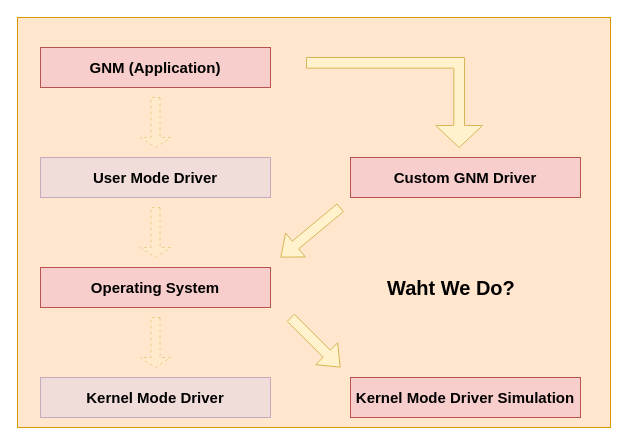
The draw.io diagram source/resource/pset/drawio/psdriver_what_we_do.drawio in ShawnTSH1229/ShawnTSH1229.github.io, before the edit. Source tidied: cells renumbered, new cells numbered last; positions are measured from the earlier drawing's top-left corner, leaving out a move shared by most shapes. Both pictures are drawn from the tidied source at 100%, with x=0, y=0 at pixel (17, 17).
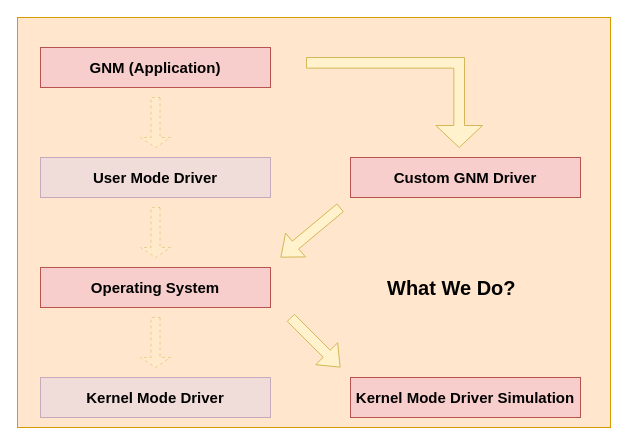
The same diagram, later.

The edit, as a diff of the source:
```diff
@@
 <mxGraphModel>
   <root>
     <mxCell id="0" />
     <mxCell id="1" parent="0" />
     <mxCell id="2" style="rounded=0;whiteSpace=wrap;html=1;fillColor=#ffe6cc;strokeColor=#d79b00;" parent="1" vertex="1">
       <mxGeometry width="593" height="410" as="geometry" />
     </mxCell>
     <mxCell id="3" value="GNM (Application)" style="rounded=0;whiteSpace=wrap;html=1;fontSize=15;fontStyle=1;fillColor=#f8cecc;strokeColor=#b85450;" parent="1" vertex="1">
       <mxGeometry x="23" y="30" width="230" height="40" as="geometry" />
     </mxCell>
     <mxCell id="4" value="User Mode Driver" style="rounded=0;whiteSpace=wrap;html=1;fontSize=15;fontStyle=1;fillColor=#e1d5e7;strokeColor=#9673a6;opacity=50;" parent="1" vertex="1">
       <mxGeometry x="23" y="140" width="230" height="40" as="geometry" />
     </mxCell>
     <mxCell id="5" value="Operating System" style="rounded=0;whiteSpace=wrap;html=1;fontSize=15;fontStyle=1;fillColor=#f8cecc;strokeColor=#b85450;" parent="1" vertex="1">
       <mxGeometry x="23" y="250" width="230" height="40" as="geometry" />
     </mxCell>
     <mxCell id="6" value="Kernel Mode Driver" style="rounded=0;whiteSpace=wrap;html=1;fontSize=15;fontStyle=1;fillColor=#e1d5e7;strokeColor=#9673a6;opacity=50;" parent="1" vertex="1">
       <mxGeometry x="23" y="360" width="230" height="40" as="geometry" />
     </mxCell>
-    <mxCell id="7" value="Waht We Do?" style="text;html=1;align=left;verticalAlign=middle;whiteSpace=wrap;rounded=0;fontStyle=1;fontSize=20;" parent="1" vertex="1">
+    <mxCell id="7" value="What We Do?" style="text;html=1;align=left;verticalAlign=middle;whiteSpace=wrap;rounded=0;fontStyle=1;fontSize=20;" parent="1" vertex="1">
       <mxGeometry x="368" y="255" width="160" height="30" as="geometry" />
     </mxCell>
     <mxCell id="8" style="shape=singleArrow;direction=south;whiteSpace=wrap;html=1;fillColor=#fff2cc;strokeColor=#d6b656;dashed=1;opacity=50;" parent="1" vertex="1">
       <mxGeometry x="123" y="80" width="30" height="50" as="geometry" />
     </mxCell>
     <mxCell id="9" style="shape=singleArrow;direction=south;whiteSpace=wrap;html=1;fillColor=#fff2cc;strokeColor=#d6b656;dashed=1;opacity=50;" parent="1" vertex="1">
       <mxGeometry x="123" y="190" width="30" height="50" as="geometry" />
     </mxCell>
     <mxCell id="10" style="shape=singleArrow;direction=south;whiteSpace=wrap;html=1;fillColor=#fff2cc;strokeColor=#d6b656;dashed=1;opacity=50;" parent="1" vertex="1">
       <mxGeometry x="123" y="300" width="30" height="50" as="geometry" />
     </mxCell>
     <mxCell id="11" value="Custom GNM Driver" style="rounded=0;whiteSpace=wrap;html=1;fontSize=15;fontStyle=1;fillColor=#f8cecc;strokeColor=#b85450;" parent="1" vertex="1">
       <mxGeometry x="333" y="140" width="230" height="40" as="geometry" />
     </mxCell>
     <mxCell id="12" value="Kernel Mode Driver Simulation" style="rounded=0;whiteSpace=wrap;html=1;fontSize=15;fontStyle=1;fillColor=#f8cecc;strokeColor=#b85450;" parent="1" vertex="1">
       <mxGeometry x="333" y="360" width="230" height="40" as="geometry" />
     </mxCell>
     <mxCell id="13" style="html=1;shadow=0;dashed=0;align=center;verticalAlign=middle;shape=mxgraph.arrows2.bendArrow;dy=5.33;dx=22;notch=0;arrowHead=46.67;rounded=0;direction=south;fillColor=#fff2cc;strokeColor=#d6b656;" parent="1" vertex="1">
       <mxGeometry x="289" y="40" width="176" height="90" as="geometry" />
     </mxCell>
     <mxCell id="14" style="shape=flexArrow;endArrow=classic;html=1;rounded=0;fillColor=#fff2cc;strokeColor=#d6b656;" parent="1" edge="1">
       <mxGeometry relative="1" as="geometry">
         <mxPoint x="323" y="190" as="sourcePoint" />
         <mxPoint x="263" y="240" as="targetPoint" />
       </mxGeometry>
     </mxCell>
     <mxCell id="15" style="shape=flexArrow;endArrow=classic;html=1;rounded=0;fillColor=#fff2cc;strokeColor=#d6b656;" parent="1" edge="1">
       <mxGeometry relative="1" as="geometry">
         <mxPoint x="273" y="300" as="sourcePoint" />
         <mxPoint x="323" y="350" as="targetPoint" />
       </mxGeometry>
     </mxCell>
   </root>
 </mxGraphModel>
```
